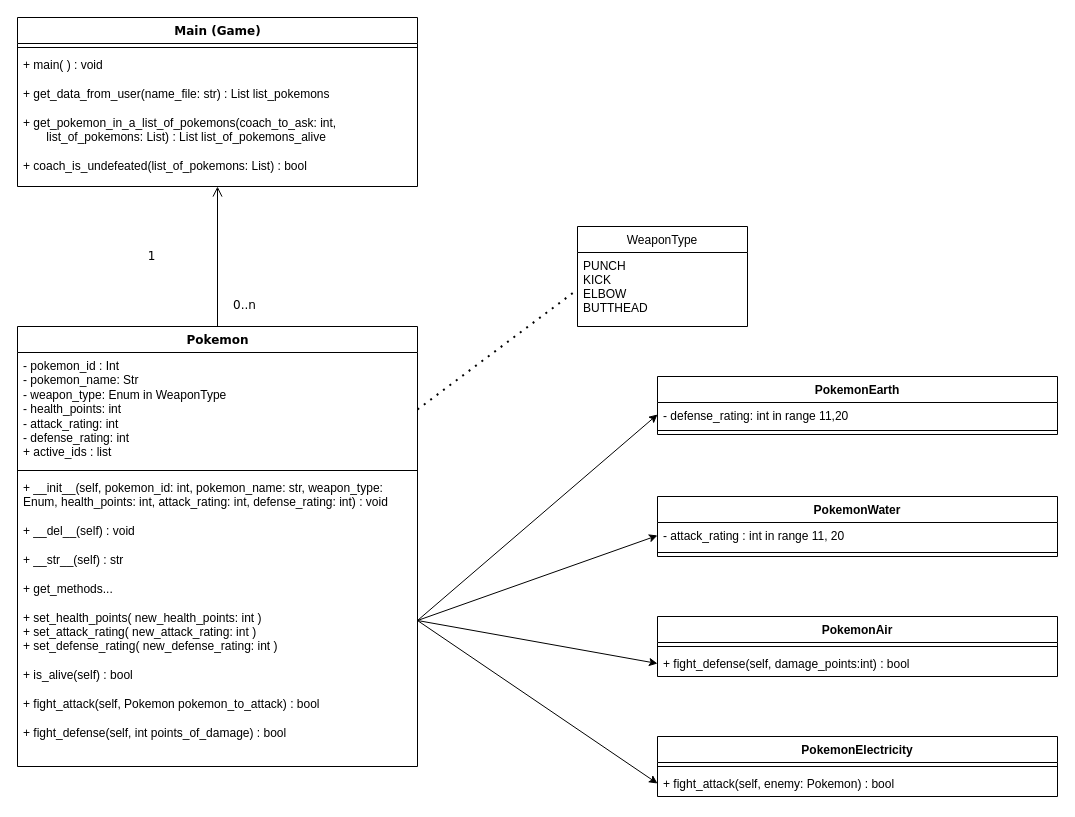
Earlier version of the draw.io diagram page "UML" (1 of 2) of diagrams/class-diagram.drawio (lidia-veli/POO-Pokemon). Source tidied: cells renumbered, new cells numbered last; positions are measured from the earlier drawing's top-left corner, leaving out a move shared by most shapes. Both pictures are drawn from the tidied source at 100%, with x=0, y=0 at pixel (17, 17).
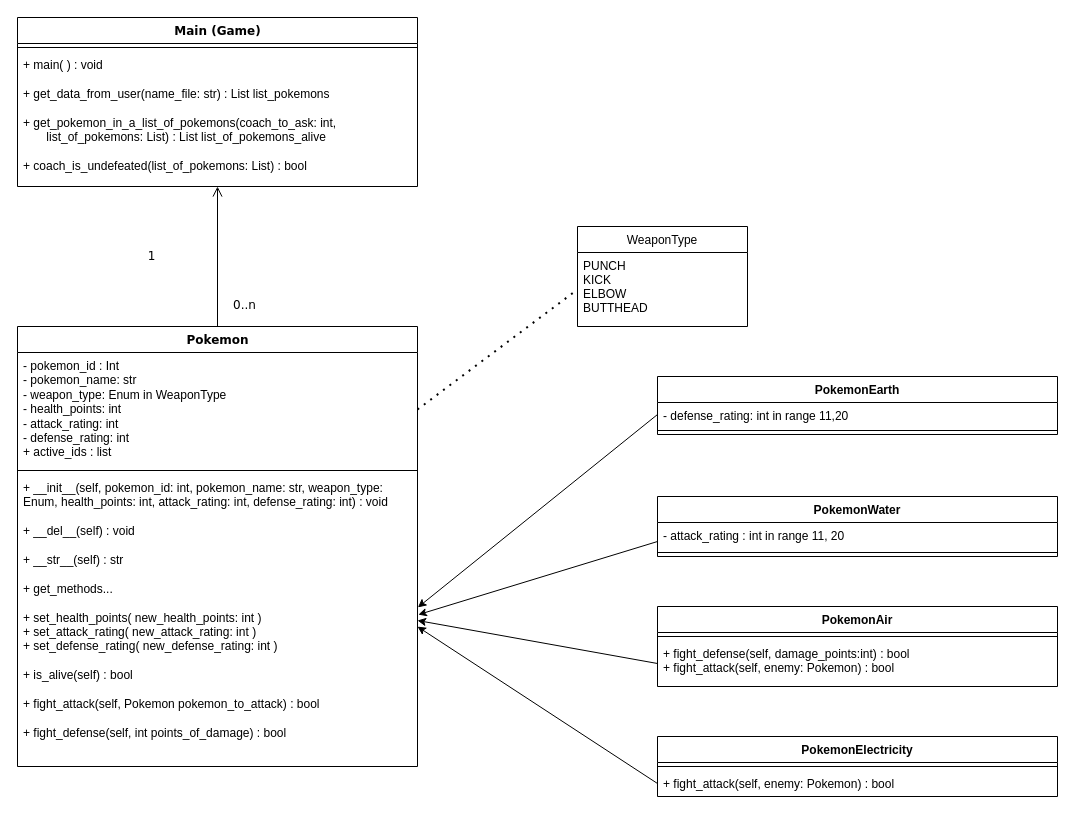
The same page after the edit.

The change refers to these unchanged cells:
```xml
<mxCell id="5" value="Pokemon" style="swimlane;html=1;fontStyle=1;align=center;verticalAlign=top;horizontal=1;startSize=26;swimlaneFillColor=none;rounded=0;shadow=0;comic=0;labelBackgroundColor=none;strokeWidth=1;fillColor=none;fontFamily=Verdana;fontSize=12;" parent="1" vertex="1">
  <mxGeometry y="309" width="400" height="440" as="geometry" />
</mxCell>
<mxCell id="8" value="+ __init__(self, pokemon_id: int, pokemon_name: str, weapon_type: Enum, health_points: int, attack_rating: int, defense_rating: int) : void&lt;br&gt;&lt;br&gt;+ __del__(self) : void&lt;br&gt;&lt;br&gt;+ __str__(self) : str&lt;br&gt;&lt;br&gt;+ get_methods...&lt;br&gt;&lt;br&gt;+ set_health_points( new_health_points: int )&lt;br&gt;+ set_attack_rating( new_attack_rating: int )&lt;br&gt;+ set_defense_rating( new_defense_rating: int )&lt;br&gt;&lt;br&gt;+ is_alive(self) : bool&lt;br&gt;&lt;br&gt;+ fight_attack(self, Pokemon pokemon_to_attack) : bool&lt;br&gt;&lt;br&gt;+ fight_defense(self, int points_of_damage) : bool" style="text;html=1;strokeColor=none;fillColor=none;align=left;verticalAlign=top;spacingLeft=4;spacingRight=4;whiteSpace=wrap;overflow=hidden;points=[[0,0.5],[1,0.5]];portConstraint=eastwest;" parent="5" vertex="1">
  <mxGeometry y="148" width="400" height="292" as="geometry" />
</mxCell>
<mxCell id="15" value="- defense_rating: int in range 11,20" style="text;strokeColor=none;fillColor=none;align=left;verticalAlign=top;spacingLeft=4;spacingRight=4;overflow=hidden;points=[[0,0.5],[1,0.5]];portConstraint=eastwest;" parent="14" vertex="1">
  <mxGeometry y="26" width="400" height="24" as="geometry" />
</mxCell>
<mxCell id="17" value="PokemonWater" style="swimlane;fontStyle=1;align=center;verticalAlign=top;horizontal=1;startSize=26;" parent="1" vertex="1">
  <mxGeometry x="640" y="479" width="400" height="60" as="geometry" />
</mxCell>
<mxCell id="18" value="- attack_rating : int in range 11, 20" style="text;strokeColor=none;fillColor=none;align=left;verticalAlign=top;spacingLeft=4;spacingRight=4;overflow=hidden;points=[[0,0.5],[1,0.5]];portConstraint=eastwest;" parent="17" vertex="1">
  <mxGeometry y="26" width="400" height="26" as="geometry" />
</mxCell>
<mxCell id="25" value="+ fight_attack(self, enemy: Pokemon) : bool" style="text;strokeColor=none;fillColor=none;align=left;verticalAlign=top;spacingLeft=4;spacingRight=4;overflow=hidden;points=[[0,0.5],[1,0.5]];portConstraint=eastwest;" parent="23" vertex="1">
  <mxGeometry y="34" width="400" height="26" as="geometry" />
</mxCell>
```

Change to the diagram source:
```diff
@@
-    <mxCell id="6" value="- pokemon_id : Int&lt;br&gt;- pokemon_name: Str&lt;br&gt;- weapon_type: Enum in WeaponType&lt;br&gt;- health_points: int&lt;br&gt;- attack_rating: int&lt;br&gt;- defense_rating: int&lt;br&gt;+ active_ids : list" style="text;html=1;strokeColor=none;fillColor=none;align=left;verticalAlign=top;spacingLeft=4;spacingRight=4;whiteSpace=wrap;overflow=hidden;points=[[0,0.5],[1,0.5]];portConstraint=eastwest;" parent="5" vertex="1">
+    <mxCell id="6" value="- pokemon_id : Int&lt;br&gt;- pokemon_name: str&lt;br&gt;- weapon_type: Enum in WeaponType&lt;br&gt;- health_points: int&lt;br&gt;- attack_rating: int&lt;br&gt;- defense_rating: int&lt;br&gt;+ active_ids : list" style="text;html=1;strokeColor=none;fillColor=none;align=left;verticalAlign=top;spacingLeft=4;spacingRight=4;whiteSpace=wrap;overflow=hidden;points=[[0,0.5],[1,0.5]];portConstraint=eastwest;" parent="5" vertex="1">
       <mxGeometry y="26" width="400" height="114" as="geometry" />
     </mxCell>
@@
     <mxCell id="20" value="PokemonAir" style="swimlane;fontStyle=1;align=center;verticalAlign=top;horizontal=1;startSize=26;" parent="1" vertex="1">
-      <mxGeometry x="640" y="599" width="400" height="60" as="geometry" />
+      <mxGeometry x="640" y="589" width="400" height="80" as="geometry" />
     </mxCell>
@@
-    <mxCell id="22" value="+ fight_defense(self, damage_points:int) : bool" style="text;strokeColor=none;fillColor=none;align=left;verticalAlign=top;spacingLeft=4;spacingRight=4;overflow=hidden;points=[[0,0.5],[1,0.5]];portConstraint=eastwest;" parent="20" vertex="1">
-      <mxGeometry y="34" width="400" height="26" as="geometry" />
+    <mxCell id="22" value="+ fight_defense(self, damage_points:int) : bool&#10;+ fight_attack(self, enemy: Pokemon) : bool" style="text;strokeColor=none;fillColor=none;align=left;verticalAlign=top;spacingLeft=4;spacingRight=4;overflow=hidden;points=[[0,0.5],[1,0.5]];portConstraint=eastwest;" parent="20" vertex="1">
+      <mxGeometry y="34" width="400" height="46" as="geometry" />
     </mxCell>
@@
-    <mxCell id="26" style="edgeStyle=none;html=1;exitX=1;exitY=0.5;exitDx=0;exitDy=0;entryX=0;entryY=0.5;entryDx=0;entryDy=0;" parent="1" edge="1" source="8" target="15">
+    <mxCell id="26" style="edgeStyle=none;html=1;exitX=0;exitY=0.5;exitDx=0;exitDy=0;entryX=1.001;entryY=0.455;entryDx=0;entryDy=0;entryPerimeter=0;" parent="1" edge="1" source="15" target="8">
       <mxGeometry relative="1" as="geometry" />
     </mxCell>
-    <mxCell id="27" style="edgeStyle=none;html=1;exitX=1;exitY=0.5;exitDx=0;exitDy=0;entryX=0;entryY=0.5;entryDx=0;entryDy=0;" parent="1" edge="1" source="8" target="25">
+    <mxCell id="27" style="edgeStyle=none;html=1;entryX=1;entryY=0.521;entryDx=0;entryDy=0;entryPerimeter=0;exitX=0;exitY=0.5;exitDx=0;exitDy=0;" parent="1" edge="1" source="25" target="8">
       <mxGeometry relative="1" as="geometry" />
     </mxCell>
-    <mxCell id="28" style="edgeStyle=none;html=1;exitX=1;exitY=0.5;exitDx=0;exitDy=0;entryX=0;entryY=0.5;entryDx=0;entryDy=0;" parent="1" edge="1" source="8" target="18">
+    <mxCell id="28" style="edgeStyle=none;html=1;entryX=1.002;entryY=0.48;entryDx=0;entryDy=0;exitX=0;exitY=0.75;exitDx=0;exitDy=0;entryPerimeter=0;" parent="1" edge="1" source="17" target="8">
       <mxGeometry relative="1" as="geometry" />
     </mxCell>
-    <mxCell id="29" style="edgeStyle=none;html=1;exitX=1;exitY=0.5;exitDx=0;exitDy=0;entryX=0;entryY=0.5;entryDx=0;entryDy=0;" parent="1" edge="1" source="8" target="22">
+    <mxCell id="29" style="edgeStyle=none;html=1;entryX=1;entryY=0.5;entryDx=0;entryDy=0;exitX=0;exitY=0.5;exitDx=0;exitDy=0;" parent="1" edge="1" source="22" target="8">
       <mxGeometry relative="1" as="geometry" />
     </mxCell>
```
